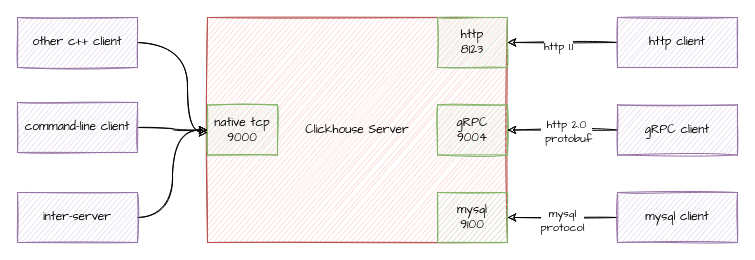
The draw.io diagram clickhouse listen.drawio in leonce28/draw-io-img, before the edit. Source tidied: cells renumbered, new cells numbered last; positions are measured from the earlier drawing's top-left corner, leaving out a move shared by most shapes. Both pictures are drawn from the tidied source at 100%, with x=0, y=0 at pixel (17, 17).
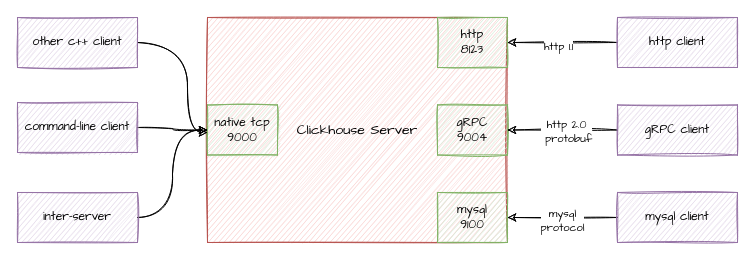
The same diagram, later.

What changed in the source:
```diff
@@
-    <mxCell id="5" value="Clickhouse Server" style="rounded=0;whiteSpace=wrap;html=1;fillStyle=auto;fillColor=#f8cecc;gradientDirection=north;sketch=1;strokeColor=#b85450;fontFamily=Comic Sans MS;fontColor=#000000;strokeWidth=1;" parent="1" vertex="1">
+    <mxCell id="5" value="&lt;p style=&quot;line-height: 1.2&quot;&gt;&lt;font style=&quot;font-size: 14px&quot;&gt;Clickhouse Server&lt;/font&gt;&lt;/p&gt;" style="rounded=0;whiteSpace=wrap;html=1;fillStyle=auto;fillColor=#f8cecc;gradientDirection=north;sketch=1;strokeColor=#b85450;fontFamily=Comic Sans MS;fontColor=#000000;strokeWidth=1;" parent="1" vertex="1">
       <mxGeometry x="190" width="300" height="225" as="geometry" />
     </mxCell>
```
